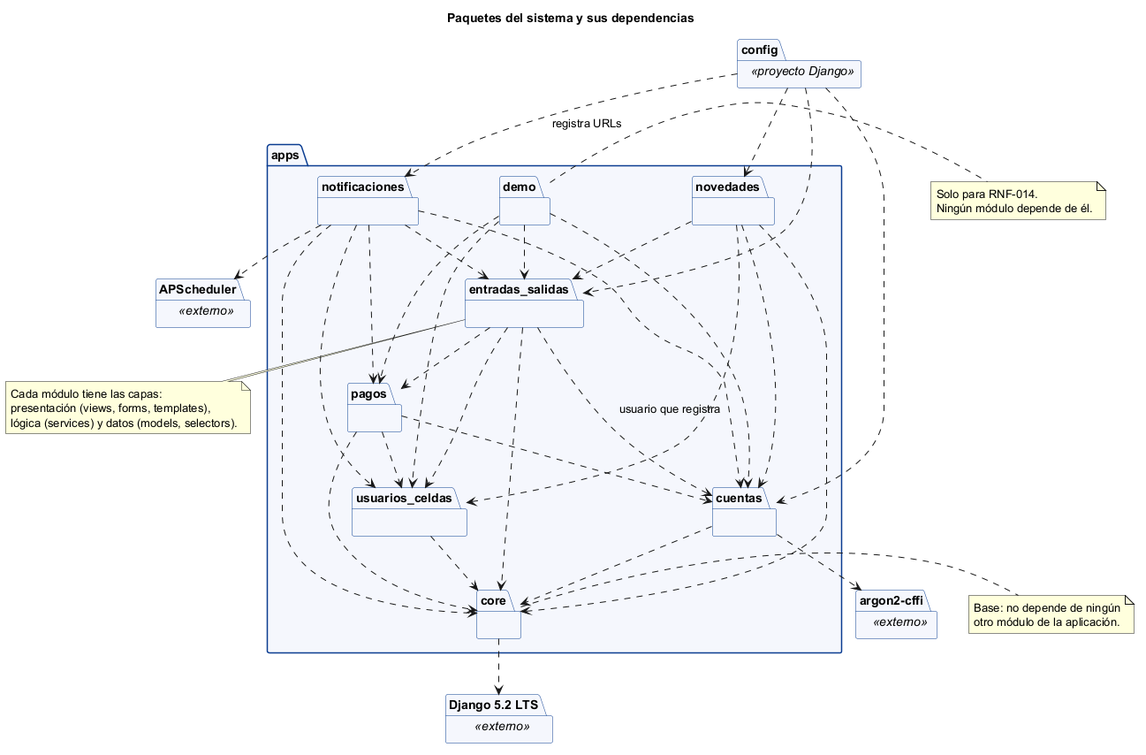
The PlantUML diagram docs/latex/diagrams/uml/PK-01_Paquetes.png in NotDual2024/Autos-Colombia-Equipo-31-Actualizacion, before a commit. Source of this version:
```plantuml
@startuml PK-01_Paquetes
skinparam packageStyle folder
skinparam package {
  BackgroundColor #F4F7FC
  BorderColor #0B3D91
}
title Paquetes del sistema y sus dependencias

package "config" as config <<proyecto Django>> {
}
package "apps" {
  package "demo" as demo {
  }
  package "notificaciones" as notif {
  }
  package "novedades" as nov {
  }
  package "entradas_salidas" as es {
  }
  package "pagos" as pagos {
  }
  package "usuarios_celdas" as uc {
  }
  package "cuentas" as cuentas {
  }
  package "core" as core {
  }
}
package "Django 5.2 LTS" as django <<externo>> {
}
package "APScheduler" as aps <<externo>> {
}
package "argon2-cffi" as argon <<externo>> {
}

config ..> notif : registra URLs
config ..> nov
config ..> es
config ..> cuentas
demo ..> cuentas
demo ..> uc
demo ..> pagos
demo ..> es
notif ..> es
notif ..> pagos
notif ..> uc
notif ..> core
notif ..> aps
nov ..> es
nov ..> uc
nov ..> core
es ..> pagos
es ..> uc
es ..> core
pagos ..> uc
pagos ..> core
uc ..> core
cuentas ..> core
es ..> cuentas : usuario que registra
nov ..> cuentas
notif ..> cuentas
pagos ..> cuentas
cuentas ..> argon
core ..> django

note right of core
  Base: no depende de ningún
  otro módulo de la aplicación.
end note
note right of demo
  Solo para RNF-014.
  Ningún módulo depende de él.
end note
note bottom of es
  Cada módulo tiene las capas:
  presentación (views, forms, templates),
  lógica (services) y datos (models, selectors).
end note
@enduml
```
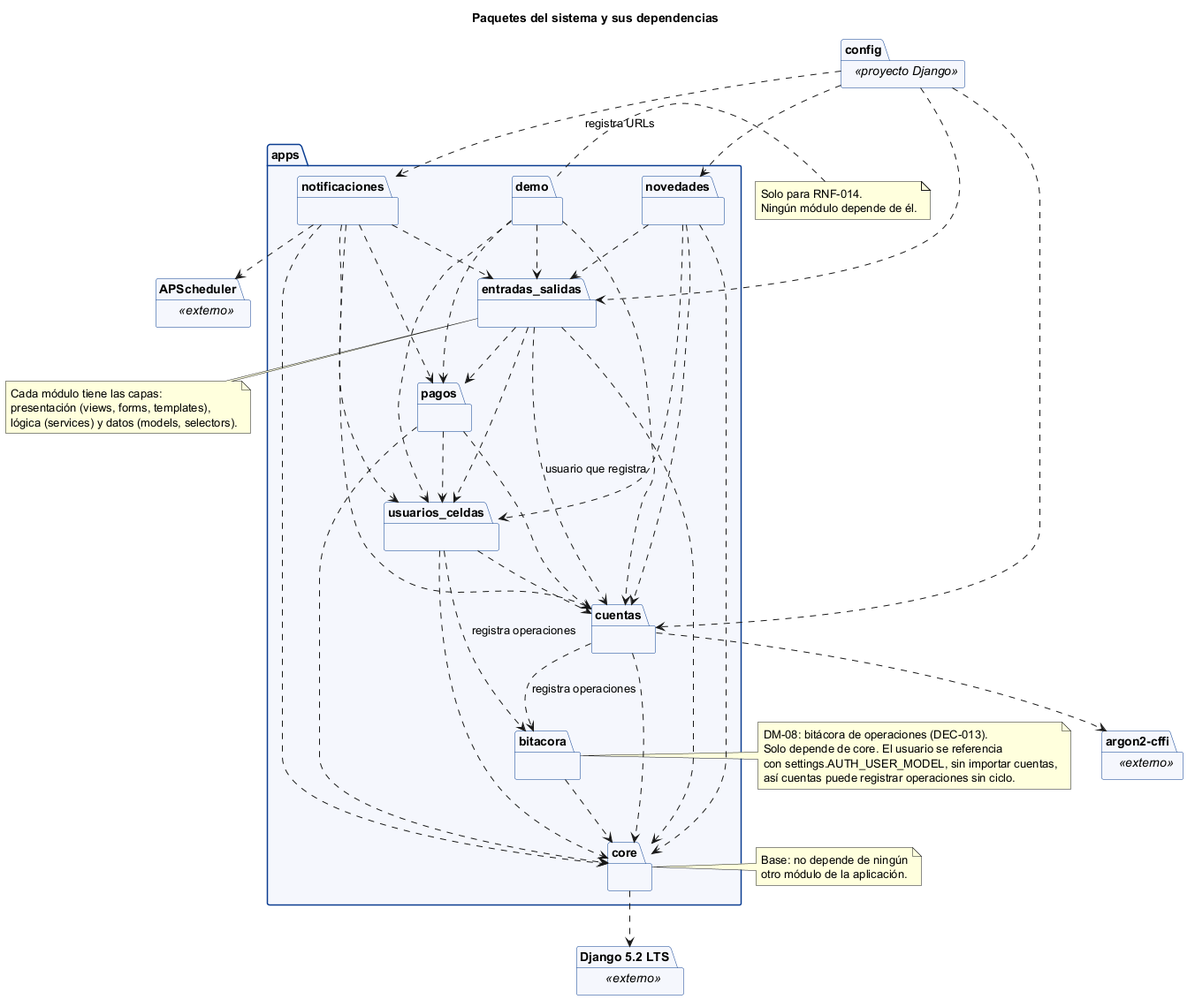
After the change.

The edit, as a diff of the source:
```diff
@@ -20,6 +20,8 @@
   package "pagos" as pagos {
   }
   package "usuarios_celdas" as uc {
+  }
+  package "bitacora" as bit {
   }
   package "cuentas" as cuentas {
   }
@@ -56,6 +58,10 @@
 pagos ..> core
 uc ..> core
 cuentas ..> core
+bit ..> core
+uc ..> bit : registra operaciones
+cuentas ..> bit : registra operaciones
+uc ..> cuentas
 es ..> cuentas : usuario que registra
 nov ..> cuentas
 notif ..> cuentas
@@ -63,6 +69,12 @@
 cuentas ..> argon
 core ..> django
 
+note right of bit
+  DM-08: bitácora de operaciones (DEC-013).
+  Solo depende de core. El usuario se referencia
+  con settings.AUTH_USER_MODEL, sin importar cuentas,
+  así cuentas puede registrar operaciones sin ciclo.
+end note
 note right of core
   Base: no depende de ningún
   otro módulo de la aplicación.
```
